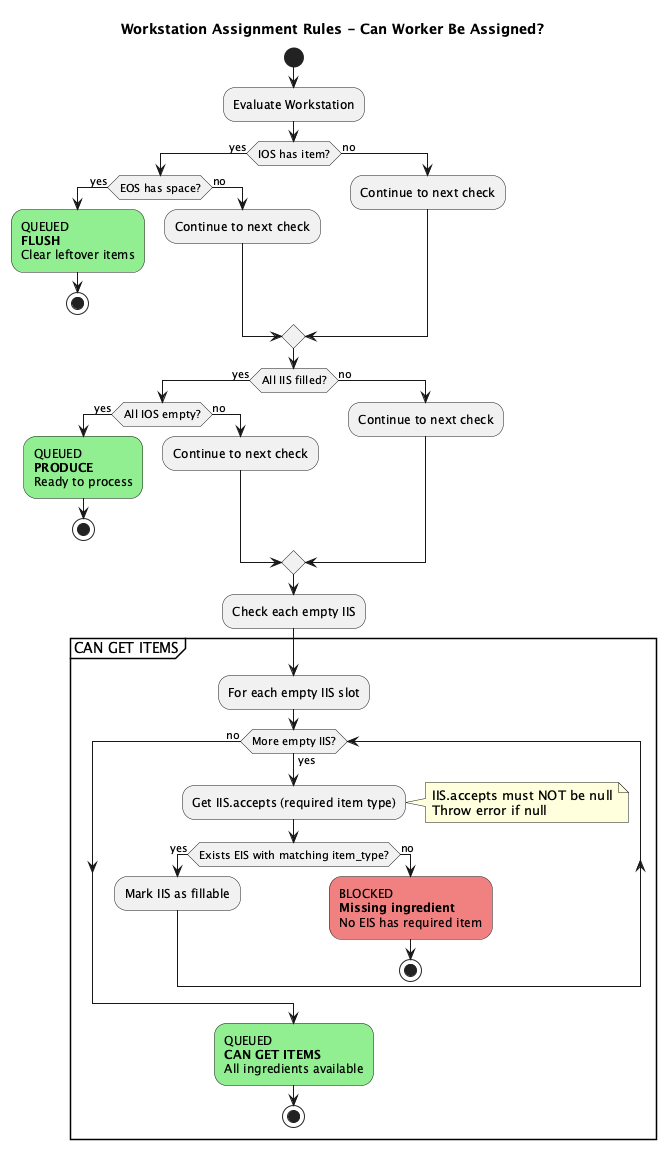
Before: docs/workstation-assignment.png, a diagram exported from PlantUML (labelle-toolkit/labelle-tasks).
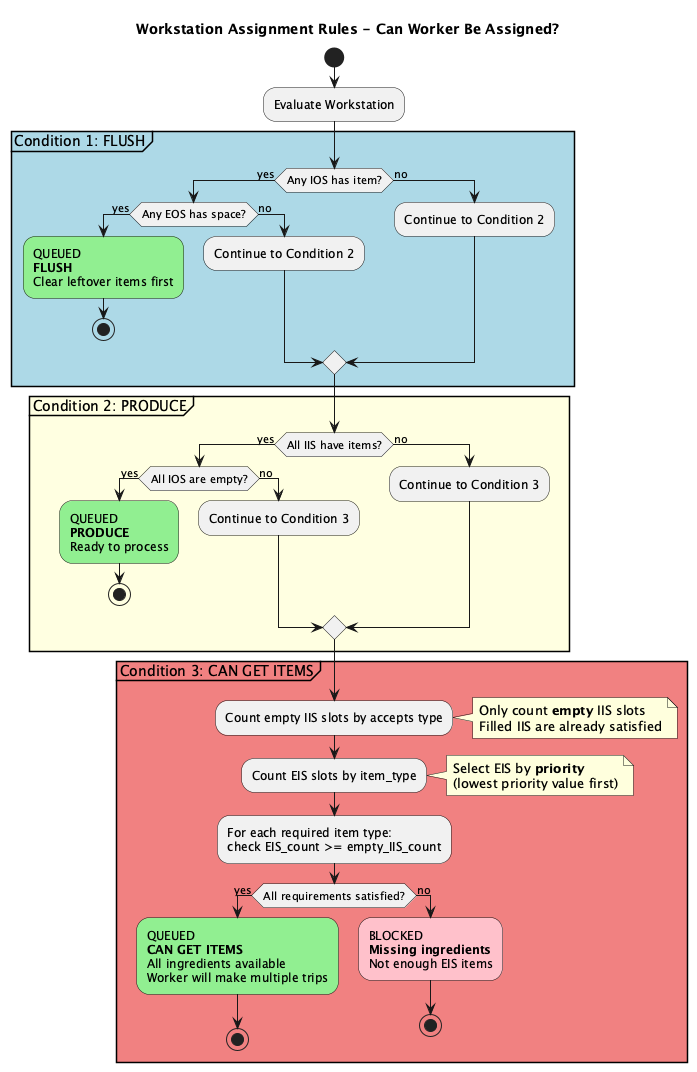
Later version of the same file.

Commit message:
docs: resolve open questions in workstation assignment rules

Diff of the diagram source:
```diff
@@ -5,55 +5,64 @@
 
 :Evaluate Workstation;
 
-if (IOS has item?) then (yes)
-  if (EOS has space?) then (yes)
+partition "Condition 1: FLUSH" #LightBlue {
+  if (Any IOS has item?) then (yes)
+    if (Any EOS has space?) then (yes)
+      #LightGreen:QUEUED
+      **FLUSH**
+      Clear leftover items first;
+      stop
+    else (no)
+      :Continue to Condition 2;
+    endif
+  else (no)
+    :Continue to Condition 2;
+  endif
+}
+
+partition "Condition 2: PRODUCE" #LightYellow {
+  if (All IIS have items?) then (yes)
+    if (All IOS are empty?) then (yes)
+      #LightGreen:QUEUED
+      **PRODUCE**
+      Ready to process;
+      stop
+    else (no)
+      :Continue to Condition 3;
+    endif
+  else (no)
+    :Continue to Condition 3;
+  endif
+}
+
+partition "Condition 3: CAN GET ITEMS" #LightCoral {
+  :Count empty IIS slots by accepts type;
+  note right
+    Only count **empty** IIS slots
+    Filled IIS are already satisfied
+  end note
+
+  :Count EIS slots by item_type;
+  note right
+    Select EIS by **priority**
+    (lowest priority value first)
+  end note
+
+  :For each required item type:
+  check EIS_count >= empty_IIS_count;
+
+  if (All requirements satisfied?) then (yes)
     #LightGreen:QUEUED
-    **FLUSH**
-    Clear leftover items;
+    **CAN GET ITEMS**
+    All ingredients available
+    Worker will make multiple trips;
     stop
   else (no)
-    :Continue to next check;
+    #Pink:BLOCKED
+    **Missing ingredients**
+    Not enough EIS items;
+    stop
   endif
-else (no)
-  :Continue to next check;
-endif
-
-if (All IIS filled?) then (yes)
-  if (All IOS empty?) then (yes)
-    #LightGreen:QUEUED
-    **PRODUCE**
-    Ready to process;
-    stop
-  else (no)
-    :Continue to next check;
-  endif
-else (no)
-  :Continue to next check;
-endif
-
-:Check each empty IIS;
-
-partition "CAN GET ITEMS" {
-  :For each empty IIS slot;
-
-  while (More empty IIS?) is (yes)
-    :Get IIS.accepts (required item type);
-    note right: IIS.accepts must NOT be null\nThrow error if null
-
-    if (Exists EIS with matching item_type?) then (yes)
-      :Mark IIS as fillable;
-    else (no)
-      #LightCoral:BLOCKED
-      **Missing ingredient**
-      No EIS has required item;
-      stop
-    endif
-  endwhile (no)
-
-  #LightGreen:QUEUED
-  **CAN GET ITEMS**
-  All ingredients available;
-  stop
 }
 
 @enduml
```
